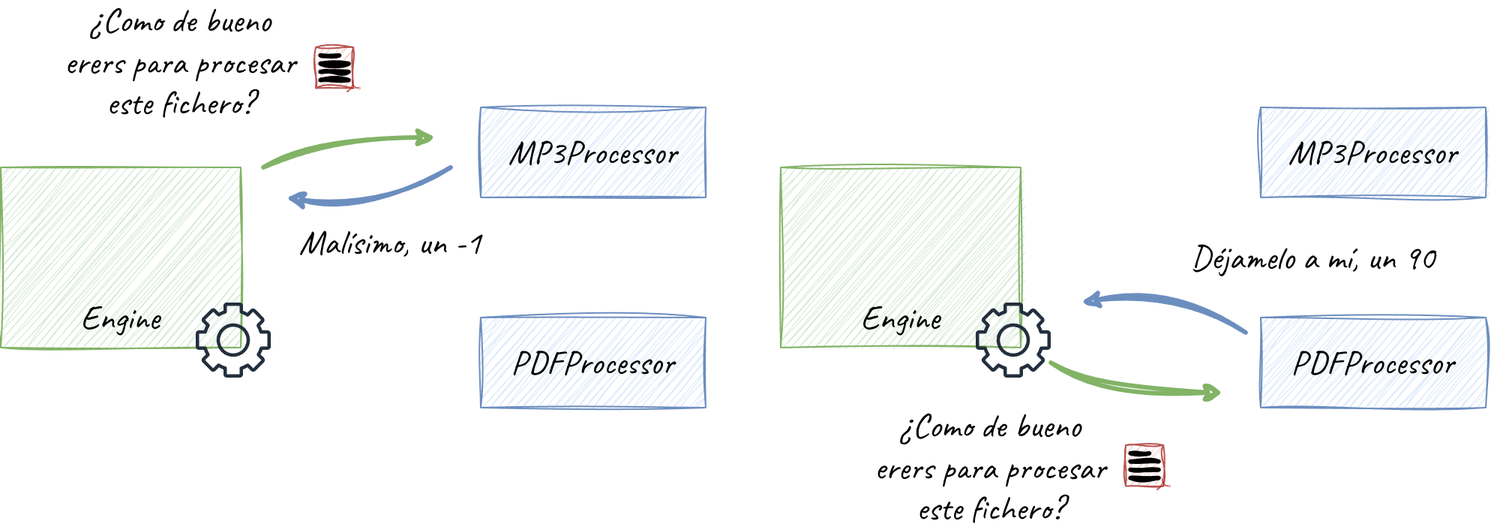
Above: chapter/4/images/chapter_4.1.generator_component_processors.png in desarrolla2/viu_84_memoria (draw.io), before the change. Source tidied: cells renumbered, new cells last; positions are measured from the earlier drawing's top-left corner, leaving out a move shared by most shapes. Its diagram source:
```xml
<mxGraphModel>
  <root>
    <mxCell id="0" />
    <mxCell id="1" parent="0" />
    <mxCell id="2" style="group;" parent="1" vertex="1">
      <mxGeometry x="315" y="180" width="160" height="60" as="geometry" />
    </mxCell>
    <mxCell id="3" style="rounded=0;whiteSpace=wrap;html=1;fillColor=#dae8fc;strokeColor=#6c8ebf;sketch=1;curveFitting=1;jiggle=2;" parent="2" vertex="1">
      <mxGeometry x="5" width="150" height="60" as="geometry" />
    </mxCell>
    <mxCell id="4" value="&lt;font style=&quot;font-size: 23px;&quot; face=&quot;Caveat&quot;&gt;PDFProcessor&lt;/font&gt;" style="text;html=1;align=center;verticalAlign=middle;whiteSpace=wrap;rounded=0;sketch=1;curveFitting=1;jiggle=2;" parent="2" vertex="1">
      <mxGeometry y="20" width="160" height="20" as="geometry" />
    </mxCell>
    <mxCell id="5" style="group;" parent="1" vertex="1">
      <mxGeometry x="310" y="40" width="165" height="60" as="geometry" />
    </mxCell>
    <mxCell id="6" style="rounded=0;whiteSpace=wrap;html=1;fillColor=#dae8fc;strokeColor=#6c8ebf;sketch=1;curveFitting=1;jiggle=2;" parent="5" vertex="1">
      <mxGeometry x="10" width="150" height="60" as="geometry" />
    </mxCell>
    <mxCell id="7" value="&lt;font style=&quot;font-size: 23px;&quot; face=&quot;Caveat&quot;&gt;MP3Processor&lt;/font&gt;" style="text;html=1;align=center;verticalAlign=middle;whiteSpace=wrap;rounded=0;sketch=1;curveFitting=1;jiggle=2;" parent="5" vertex="1">
      <mxGeometry x="5" y="20" width="160" height="20" as="geometry" />
    </mxCell>
    <mxCell id="8" style="group;" parent="1" vertex="1">
      <mxGeometry y="80" width="200" height="178" as="geometry" />
    </mxCell>
    <mxCell id="9" style="rounded=0;whiteSpace=wrap;html=1;fillColor=#d5e8d4;strokeColor=#82b366;sketch=1;curveFitting=1;jiggle=2;" parent="8" vertex="1">
      <mxGeometry width="160" height="120" as="geometry" />
    </mxCell>
    <mxCell id="10" value="&lt;font style=&quot;font-size: 23px;&quot; face=&quot;Caveat&quot;&gt;Engine&lt;/font&gt;" style="text;html=1;align=center;verticalAlign=middle;whiteSpace=wrap;rounded=0;sketch=1;curveFitting=1;jiggle=2;" parent="8" vertex="1">
      <mxGeometry y="90" width="160" height="20" as="geometry" />
    </mxCell>
    <mxCell id="11" style="sketch=0;fontColor=#232F3E;gradientColor=none;fillColor=#232F3D;strokeColor=none;dashed=0;verticalLabelPosition=bottom;verticalAlign=top;align=center;html=1;fontSize=12;fontStyle=0;shape=mxgraph.aws4.gear;" parent="8" vertex="1">
      <mxGeometry x="130" y="90" width="50" height="50" as="geometry" />
    </mxCell>
    <mxCell id="12" style="group;" parent="1" vertex="1">
      <mxGeometry x="210" width="30" height="30" as="geometry" />
    </mxCell>
    <mxCell id="13" style="rounded=0;whiteSpace=wrap;html=1;sketch=1;curveFitting=1;jiggle=2;fillColor=#f8cecc;strokeColor=#b85450;" parent="12" vertex="1">
      <mxGeometry width="25.1" height="27.3" as="geometry" />
    </mxCell>
    <mxCell id="14" style="endArrow=none;html=1;rounded=0;sketch=1;curveFitting=1;jiggle=2;strokeWidth=3;" parent="12" edge="1">
      <mxGeometry relative="1" as="geometry">
        <mxPoint x="3.1" y="21.8" as="sourcePoint" />
        <mxPoint x="21.9" y="21.8" as="targetPoint" />
      </mxGeometry>
    </mxCell>
    <mxCell id="15" style="endArrow=none;html=1;rounded=0;sketch=1;curveFitting=1;jiggle=2;strokeWidth=3;" parent="12" edge="1">
      <mxGeometry relative="1" as="geometry">
        <mxPoint x="3.1" y="16.4" as="sourcePoint" />
        <mxPoint x="21.9" y="16.4" as="targetPoint" />
      </mxGeometry>
    </mxCell>
    <mxCell id="16" style="endArrow=none;html=1;rounded=0;sketch=1;curveFitting=1;jiggle=2;strokeWidth=3;" parent="12" edge="1">
      <mxGeometry relative="1" as="geometry">
        <mxPoint x="3.1" y="10.9" as="sourcePoint" />
        <mxPoint x="21.9" y="10.9" as="targetPoint" />
      </mxGeometry>
    </mxCell>
    <mxCell id="17" style="endArrow=none;html=1;rounded=0;sketch=1;curveFitting=1;jiggle=2;strokeWidth=3;" parent="12" edge="1">
      <mxGeometry relative="1" as="geometry">
        <mxPoint x="3.1" y="5.5" as="sourcePoint" />
        <mxPoint x="15.7" y="5.5" as="targetPoint" />
      </mxGeometry>
    </mxCell>
    <mxCell id="18" style="dashed=0;html=1;align=center;labelPosition=center;verticalLabelPosition=bottom;verticalAlign=top;shape=mxgraph.weblogos.adobe_pdf;fillColor=#A60908;" parent="12" vertex="1">
      <mxGeometry x="20.4" y="21.8" width="9.6" height="8.2" as="geometry" />
    </mxCell>
    <mxCell id="19" value="&lt;font style=&quot;font-size: 23px;&quot; face=&quot;Caveat&quot;&gt;¿Como de bueno erers para procesar este fichero?&lt;/font&gt;" style="text;html=1;align=center;verticalAlign=middle;whiteSpace=wrap;rounded=0;sketch=1;curveFitting=1;jiggle=2;" parent="1" vertex="1">
      <mxGeometry x="40" width="160" height="20" as="geometry" />
    </mxCell>
    <mxCell id="20" style="endArrow=classic;html=1;rounded=0;strokeWidth=3;sketch=1;curveFitting=1;jiggle=2;curved=1;fillColor=#d5e8d4;strokeColor=#82b366;" parent="1" edge="1">
      <mxGeometry relative="1" as="geometry">
        <mxPoint x="175" y="80" as="sourcePoint" />
        <mxPoint x="290" y="60" as="targetPoint" />
        <Array as="points">
          <mxPoint x="205" y="60" />
        </Array>
      </mxGeometry>
    </mxCell>
    <mxCell id="21" style="endArrow=classic;html=1;rounded=0;strokeWidth=3;sketch=1;curveFitting=1;jiggle=2;curved=1;fillColor=#dae8fc;strokeColor=#6c8ebf;" parent="1" edge="1">
      <mxGeometry relative="1" as="geometry">
        <mxPoint x="300" y="80" as="sourcePoint" />
        <mxPoint x="190" y="100" as="targetPoint" />
        <Array as="points">
          <mxPoint x="250" y="110" />
        </Array>
      </mxGeometry>
    </mxCell>
    <mxCell id="22" value="&lt;font style=&quot;font-size: 23px;&quot; face=&quot;Caveat&quot;&gt;Malísimo, un -1&lt;/font&gt;" style="text;html=1;align=center;verticalAlign=middle;whiteSpace=wrap;rounded=0;sketch=1;curveFitting=1;jiggle=2;" parent="1" vertex="1">
      <mxGeometry x="180" y="120" width="160" height="20" as="geometry" />
    </mxCell>
    <mxCell id="23" style="group;" parent="1" vertex="1">
      <mxGeometry x="835" y="180" width="160" height="60" as="geometry" />
    </mxCell>
    <mxCell id="24" style="rounded=0;whiteSpace=wrap;html=1;fillColor=#dae8fc;strokeColor=#6c8ebf;sketch=1;curveFitting=1;jiggle=2;" parent="23" vertex="1">
      <mxGeometry x="5" width="150" height="60" as="geometry" />
    </mxCell>
    <mxCell id="25" value="&lt;font style=&quot;font-size: 23px;&quot; face=&quot;Caveat&quot;&gt;PDFProcessor&lt;/font&gt;" style="text;html=1;align=center;verticalAlign=middle;whiteSpace=wrap;rounded=0;sketch=1;curveFitting=1;jiggle=2;" parent="23" vertex="1">
      <mxGeometry y="20" width="160" height="20" as="geometry" />
    </mxCell>
    <mxCell id="26" style="group;" parent="1" vertex="1">
      <mxGeometry x="830" y="40" width="165" height="60" as="geometry" />
    </mxCell>
    <mxCell id="27" style="rounded=0;whiteSpace=wrap;html=1;fillColor=#dae8fc;strokeColor=#6c8ebf;sketch=1;curveFitting=1;jiggle=2;" parent="26" vertex="1">
      <mxGeometry x="10" width="150" height="60" as="geometry" />
    </mxCell>
    <mxCell id="28" value="&lt;font style=&quot;font-size: 23px;&quot; face=&quot;Caveat&quot;&gt;MP3Processor&lt;/font&gt;" style="text;html=1;align=center;verticalAlign=middle;whiteSpace=wrap;rounded=0;sketch=1;curveFitting=1;jiggle=2;" parent="26" vertex="1">
      <mxGeometry x="5" y="20" width="160" height="20" as="geometry" />
    </mxCell>
    <mxCell id="29" style="group;" parent="1" vertex="1">
      <mxGeometry x="520" y="80" width="200" height="178" as="geometry" />
    </mxCell>
    <mxCell id="30" style="rounded=0;whiteSpace=wrap;html=1;fillColor=#d5e8d4;strokeColor=#82b366;sketch=1;curveFitting=1;jiggle=2;" parent="29" vertex="1">
      <mxGeometry width="160" height="120" as="geometry" />
    </mxCell>
    <mxCell id="31" value="&lt;font style=&quot;font-size: 23px;&quot; face=&quot;Caveat&quot;&gt;Engine&lt;/font&gt;" style="text;html=1;align=center;verticalAlign=middle;whiteSpace=wrap;rounded=0;sketch=1;curveFitting=1;jiggle=2;" parent="29" vertex="1">
      <mxGeometry y="90" width="160" height="20" as="geometry" />
    </mxCell>
    <mxCell id="32" style="sketch=0;fontColor=#232F3E;gradientColor=none;fillColor=#232F3D;strokeColor=none;dashed=0;verticalLabelPosition=bottom;verticalAlign=top;align=center;html=1;fontSize=12;fontStyle=0;shape=mxgraph.aws4.gear;" parent="29" vertex="1">
      <mxGeometry x="130" y="90" width="50" height="50" as="geometry" />
    </mxCell>
    <mxCell id="33" style="group;" parent="1" vertex="1">
      <mxGeometry x="750" y="265" width="30" height="30" as="geometry" />
    </mxCell>
    <mxCell id="34" style="rounded=0;whiteSpace=wrap;html=1;sketch=1;curveFitting=1;jiggle=2;fillColor=#f8cecc;strokeColor=#b85450;" parent="33" vertex="1">
      <mxGeometry width="25.1" height="27.3" as="geometry" />
    </mxCell>
    <mxCell id="35" style="endArrow=none;html=1;rounded=0;sketch=1;curveFitting=1;jiggle=2;strokeWidth=3;" parent="33" edge="1">
      <mxGeometry relative="1" as="geometry">
        <mxPoint x="3.1" y="21.8" as="sourcePoint" />
        <mxPoint x="21.9" y="21.8" as="targetPoint" />
      </mxGeometry>
    </mxCell>
    <mxCell id="36" style="endArrow=none;html=1;rounded=0;sketch=1;curveFitting=1;jiggle=2;strokeWidth=3;" parent="33" edge="1">
      <mxGeometry relative="1" as="geometry">
        <mxPoint x="3.1" y="16.4" as="sourcePoint" />
        <mxPoint x="21.9" y="16.4" as="targetPoint" />
      </mxGeometry>
    </mxCell>
    <mxCell id="37" style="endArrow=none;html=1;rounded=0;sketch=1;curveFitting=1;jiggle=2;strokeWidth=3;" parent="33" edge="1">
      <mxGeometry relative="1" as="geometry">
        <mxPoint x="3.1" y="10.9" as="sourcePoint" />
        <mxPoint x="21.9" y="10.9" as="targetPoint" />
      </mxGeometry>
    </mxCell>
    <mxCell id="38" style="endArrow=none;html=1;rounded=0;sketch=1;curveFitting=1;jiggle=2;strokeWidth=3;" parent="33" edge="1">
      <mxGeometry relative="1" as="geometry">
        <mxPoint x="3.1" y="5.5" as="sourcePoint" />
        <mxPoint x="15.7" y="5.5" as="targetPoint" />
      </mxGeometry>
    </mxCell>
    <mxCell id="39" style="dashed=0;html=1;align=center;labelPosition=center;verticalLabelPosition=bottom;verticalAlign=top;shape=mxgraph.weblogos.adobe_pdf;fillColor=#A60908;" parent="33" vertex="1">
      <mxGeometry x="20.4" y="21.8" width="9.6" height="8.2" as="geometry" />
    </mxCell>
    <mxCell id="40" value="&lt;font style=&quot;font-size: 23px;&quot; face=&quot;Caveat&quot;&gt;¿Como de bueno erers para procesar este fichero?&lt;/font&gt;" style="text;html=1;align=center;verticalAlign=middle;whiteSpace=wrap;rounded=0;sketch=1;curveFitting=1;jiggle=2;" parent="1" vertex="1">
      <mxGeometry x="580" y="270" width="160" height="20" as="geometry" />
    </mxCell>
    <mxCell id="41" style="endArrow=classic;html=1;rounded=0;strokeWidth=3;sketch=1;curveFitting=1;jiggle=2;curved=1;fillColor=#d5e8d4;strokeColor=#82b366;" parent="1" edge="1">
      <mxGeometry relative="1" as="geometry">
        <mxPoint x="700" y="210" as="sourcePoint" />
        <mxPoint x="815" y="230" as="targetPoint" />
        <Array as="points">
          <mxPoint x="730" y="230" />
        </Array>
      </mxGeometry>
    </mxCell>
    <mxCell id="42" style="endArrow=classic;html=1;rounded=0;strokeWidth=3;sketch=1;curveFitting=1;jiggle=2;curved=1;fillColor=#dae8fc;strokeColor=#6c8ebf;" parent="1" edge="1">
      <mxGeometry relative="1" as="geometry">
        <mxPoint x="830" y="190" as="sourcePoint" />
        <mxPoint x="720" y="170" as="targetPoint" />
        <Array as="points">
          <mxPoint x="780" y="160" />
        </Array>
      </mxGeometry>
    </mxCell>
    <mxCell id="43" value="&lt;font style=&quot;font-size: 23px;&quot; face=&quot;Caveat&quot;&gt;Déjamelo a mí, un 90&lt;/font&gt;" style="text;html=1;align=center;verticalAlign=middle;whiteSpace=wrap;rounded=0;sketch=1;curveFitting=1;jiggle=2;" parent="1" vertex="1">
      <mxGeometry x="780" y="130" width="190" height="20" as="geometry" />
    </mxCell>
  </root>
</mxGraphModel>
```
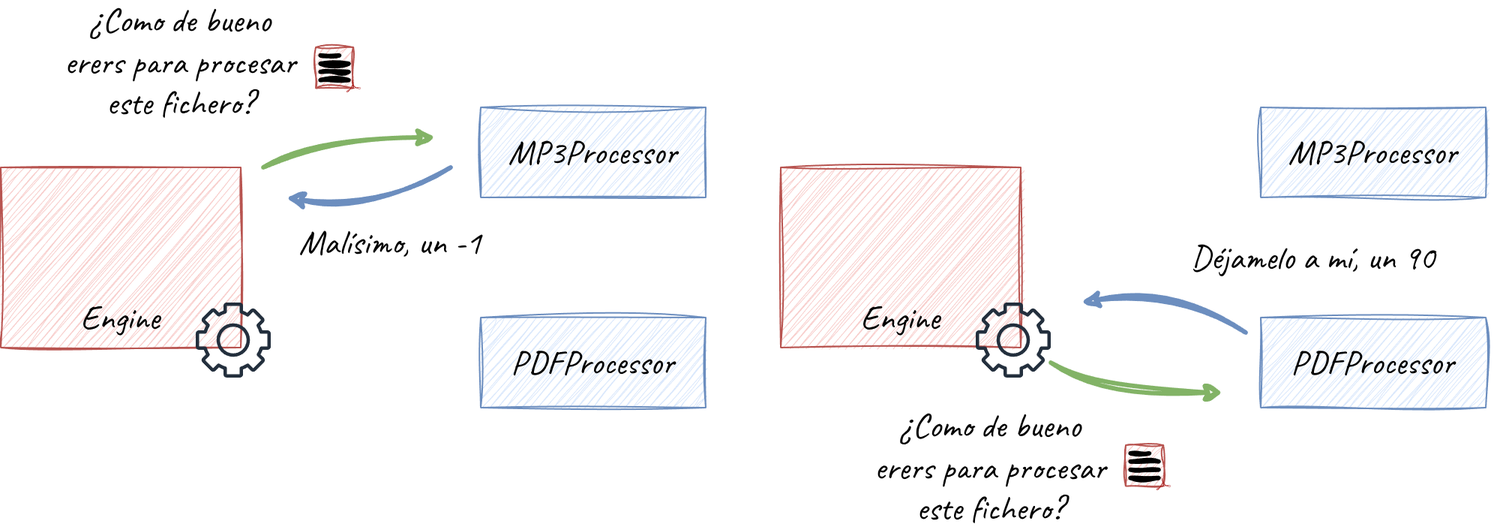
After the change.

The edit, as a diff of the source:
```diff
@@ -23,7 +23,7 @@
     <mxCell id="8" style="group;" parent="1" vertex="1">
       <mxGeometry y="80" width="200" height="178" as="geometry" />
     </mxCell>
-    <mxCell id="9" style="rounded=0;whiteSpace=wrap;html=1;fillColor=#d5e8d4;strokeColor=#82b366;sketch=1;curveFitting=1;jiggle=2;" parent="8" vertex="1">
+    <mxCell id="9" style="rounded=0;whiteSpace=wrap;html=1;fillColor=#f8cecc;strokeColor=#b85450;sketch=1;curveFitting=1;jiggle=2;" parent="8" vertex="1">
       <mxGeometry width="160" height="120" as="geometry" />
     </mxCell>
     <mxCell id="10" value="&lt;font style=&quot;font-size: 23px;&quot; face=&quot;Caveat&quot;&gt;Engine&lt;/font&gt;" style="text;html=1;align=center;verticalAlign=middle;whiteSpace=wrap;rounded=0;sketch=1;curveFitting=1;jiggle=2;" parent="8" vertex="1">
@@ -110,7 +110,7 @@
     <mxCell id="29" style="group;" parent="1" vertex="1">
       <mxGeometry x="520" y="80" width="200" height="178" as="geometry" />
     </mxCell>
-    <mxCell id="30" style="rounded=0;whiteSpace=wrap;html=1;fillColor=#d5e8d4;strokeColor=#82b366;sketch=1;curveFitting=1;jiggle=2;" parent="29" vertex="1">
+    <mxCell id="30" style="rounded=0;whiteSpace=wrap;html=1;fillColor=#f8cecc;strokeColor=#b85450;sketch=1;curveFitting=1;jiggle=2;" parent="29" vertex="1">
       <mxGeometry width="160" height="120" as="geometry" />
     </mxCell>
     <mxCell id="31" value="&lt;font style=&quot;font-size: 23px;&quot; face=&quot;Caveat&quot;&gt;Engine&lt;/font&gt;" style="text;html=1;align=center;verticalAlign=middle;whiteSpace=wrap;rounded=0;sketch=1;curveFitting=1;jiggle=2;" parent="29" vertex="1">
```
